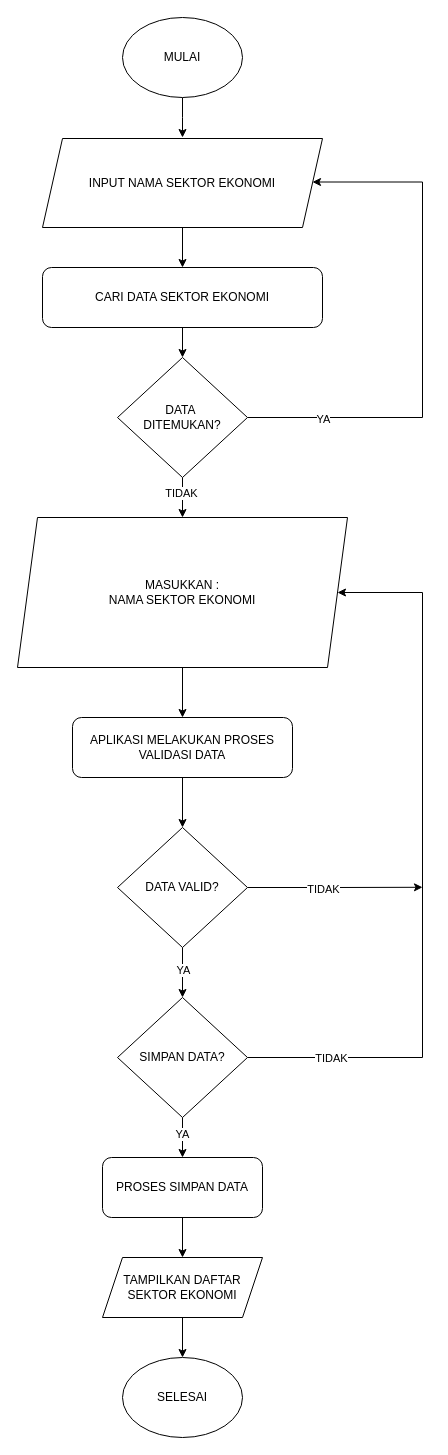
The draw.io diagram Flowchart Entri Sektor Ekonomi.drawio in Rafael2060/SUMMIT-UML, before the edit. Source tidied: cells renumbered, new cells numbered last; positions are measured from the earlier drawing's top-left corner, leaving out a move shared by most shapes. Both pictures are drawn from the tidied source at 100%, with x=0, y=0 at pixel (17, 17).
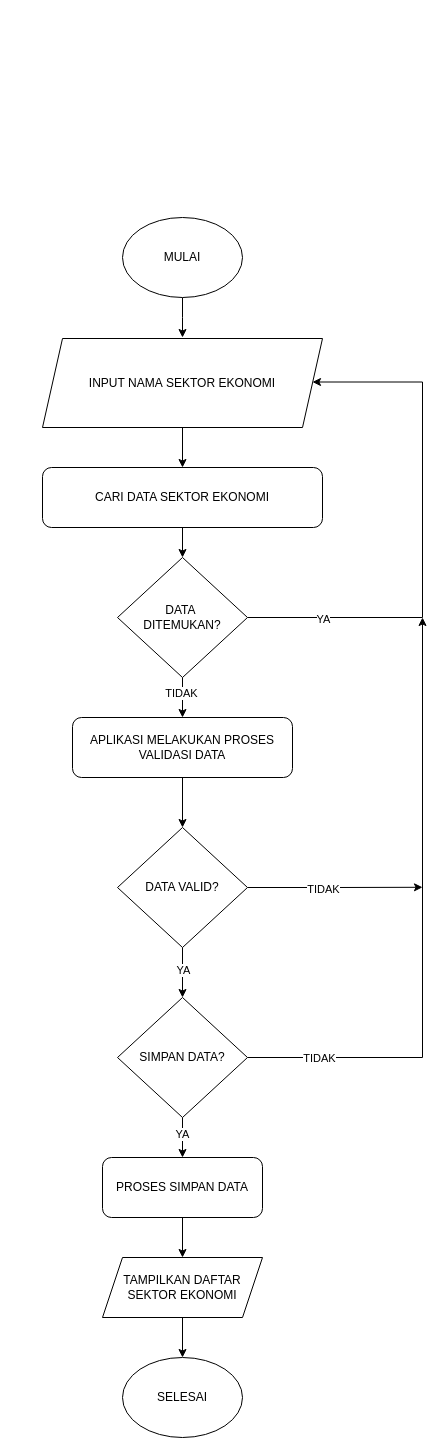
After the change.

The change refers to these unchanged cells:
```xml
<mxCell id="13" value="APLIKASI MELAKUKAN PROSES VALIDASI DATA" style="rounded=1;whiteSpace=wrap;html=1;" parent="1" vertex="1">
  <mxGeometry x="55" y="700" width="220" height="60" as="geometry" />
</mxCell>
<mxCell id="18" value="SIMPAN DATA?" style="rhombus;whiteSpace=wrap;html=1;" parent="1" vertex="1">
  <mxGeometry x="100" y="980" width="130" height="120" as="geometry" />
</mxCell>
```

What changed in the source:
```diff
@@
     <mxCell id="2" style="edgeStyle=orthogonalEdgeStyle;rounded=0;jettySize=auto;html=1;" parent="1" edge="1" source="3">
       <mxGeometry relative="1" as="geometry">
-        <mxPoint x="165" y="120" as="targetPoint" />
+        <mxPoint x="165" y="320" as="targetPoint" />
       </mxGeometry>
     </mxCell>
     <mxCell id="3" value="MULAI" style="ellipse;whiteSpace=wrap;html=1;" parent="1" vertex="1">
-      <mxGeometry x="105" width="120" height="80" as="geometry" />
+      <mxGeometry x="105" y="200" width="120" height="80" as="geometry" />
     </mxCell>
@@
     <mxCell id="6" value="INPUT NAMA&lt;span style=&quot;background-color: initial;&quot;&gt;&amp;nbsp;SEKTOR EKONOMI&lt;/span&gt;" style="shape=parallelogram;perimeter=parallelogramPerimeter;whiteSpace=wrap;html=1;fixedSize=1;" parent="1" vertex="1">
-      <mxGeometry x="25" y="121" width="280" height="89" as="geometry" />
+      <mxGeometry x="25" y="321" width="280" height="89" as="geometry" />
     </mxCell>
@@
-    <mxCell id="14" style="edgeStyle=orthogonalEdgeStyle;rounded=0;jettySize=auto;html=1;exitX=1;exitY=0.5;exitDx=0;exitDy=0;entryX=1;entryY=0.5;entryDx=0;entryDy=0;" parent="1" edge="1" source="18" target="31">
+    <mxCell id="14" style="edgeStyle=orthogonalEdgeStyle;rounded=0;jettySize=auto;html=1;exitX=1;exitY=0.5;exitDx=0;exitDy=0;" parent="1" edge="1" source="18">
       <mxGeometry relative="1" as="geometry">
+        <mxPoint x="405" y="600" as="targetPoint" />
         <Array as="points">
           <mxPoint x="405" y="1040" />
-          <mxPoint x="405" y="575" />
         </Array>
       </mxGeometry>
     </mxCell>
@@
     <mxCell id="24" value="CARI DATA SEKTOR EKONOMI" style="rounded=1;whiteSpace=wrap;html=1;" parent="1" vertex="1">
-      <mxGeometry x="25" y="250" width="280" height="60" as="geometry" />
+      <mxGeometry x="25" y="450" width="280" height="60" as="geometry" />
     </mxCell>
-    <mxCell id="25" style="edgeStyle=orthogonalEdgeStyle;rounded=0;jettySize=auto;html=1;entryX=0.5;entryY=0;entryDx=0;entryDy=0;" parent="1" edge="1" source="29" target="31">
-      <mxGeometry relative="1" as="geometry" />
+    <mxCell id="25" style="edgeStyle=orthogonalEdgeStyle;rounded=0;jettySize=auto;html=1;entryX=0.5;entryY=0;entryDx=0;entryDy=0;" parent="1" edge="1" source="29">
+      <mxGeometry relative="1" as="geometry">
+        <mxPoint x="165" y="700" as="targetPoint" />
+      </mxGeometry>
     </mxCell>
@@
     <mxCell id="27" style="edgeStyle=orthogonalEdgeStyle;rounded=0;jettySize=auto;html=1;exitX=1;exitY=0.5;exitDx=0;exitDy=0;entryX=1;entryY=0.5;entryDx=0;entryDy=0;" parent="1" edge="1" source="29">
       <mxGeometry relative="1" as="geometry">
-        <mxPoint x="295" y="164.5" as="targetPoint" />
+        <mxPoint x="295" y="364.5" as="targetPoint" />
         <Array as="points">
-          <mxPoint x="405" y="400" />
-          <mxPoint x="405" y="165" />
+          <mxPoint x="405" y="600" />
+          <mxPoint x="405" y="365" />
         </Array>
       </mxGeometry>
     </mxCell>
@@
     <mxCell id="29" value="DATA&amp;nbsp;&lt;div&gt;DITEMUKAN?&lt;/div&gt;" style="rhombus;whiteSpace=wrap;html=1;" parent="1" vertex="1">
-      <mxGeometry x="100" y="340" width="130" height="120" as="geometry" />
+      <mxGeometry x="100" y="540" width="130" height="120" as="geometry" />
     </mxCell>
-    <mxCell id="30" style="edgeStyle=orthogonalEdgeStyle;rounded=0;jettySize=auto;html=1;entryX=0.5;entryY=0;entryDx=0;entryDy=0;" parent="1" edge="1" source="31" target="13">
-      <mxGeometry relative="1" as="geometry" />
-    </mxCell>
-    <mxCell id="31" value="MASUKKAN :&lt;br&gt;NAMA SEKTOR EKONOMI" style="shape=parallelogram;perimeter=parallelogramPerimeter;whiteSpace=wrap;html=1;fixedSize=1;" parent="1" vertex="1">
-      <mxGeometry y="500" width="330" height="150" as="geometry" />
-    </mxCell>
```
